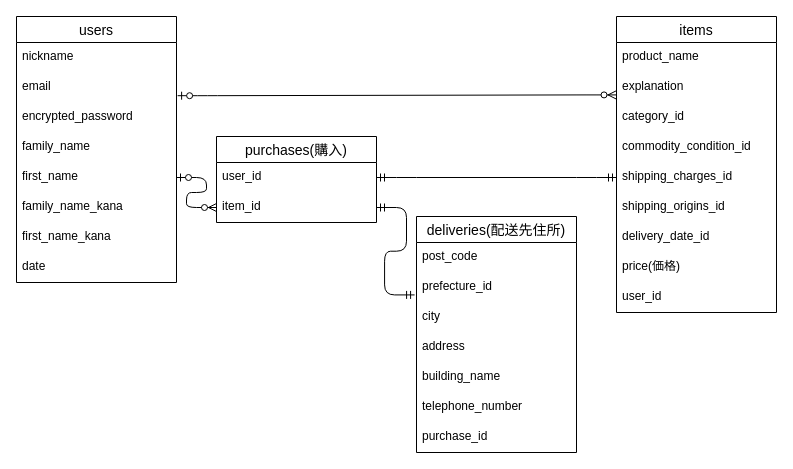
kawasaki-masayuki/furima-39162 keeps this draw.io diagram as ER.dio. Above is the earlier version. Source tidied: cells renumbered, new cells numbered last; positions are measured from the earlier drawing's top-left corner, leaving out a move shared by most shapes. Both pictures are drawn from the tidied source at 100%, with x=0, y=0 at pixel (16, 16).
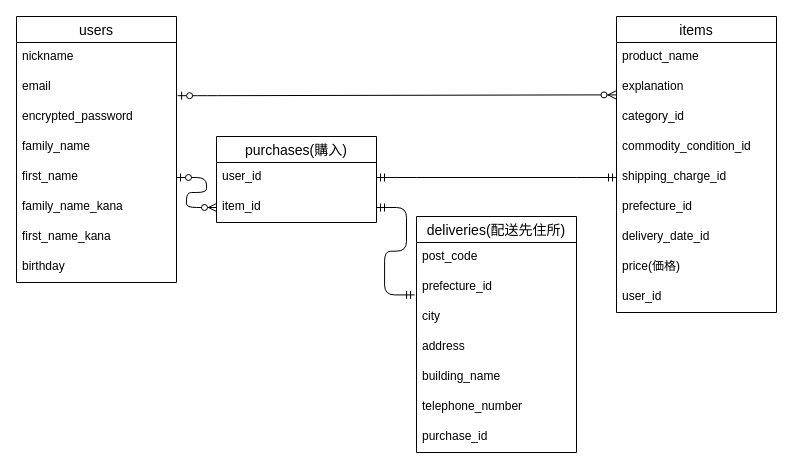
The same diagram, later.

Commit message (it also covers changes not shown here):
データベース設計の再々修正

Unchanged cells that the change refers to:
```xml
<mxCell id="2" value="users" style="swimlane;fontStyle=0;horizontal=1;startSize=26;align=center;fontSize=14;" parent="1" vertex="1">
  <mxGeometry width="160" height="266" as="geometry" />
</mxCell>
<mxCell id="11" value="items" style="swimlane;fontStyle=0;horizontal=1;startSize=26;align=center;fontSize=14;" parent="1" vertex="1">
  <mxGeometry x="600" width="160" height="296" as="geometry" />
</mxCell>
```

Diff of the diagram source:
```diff
@@
-    <mxCell id="10" value="date" style="text;strokeColor=none;fillColor=none;spacingLeft=4;spacingRight=4;overflow=hidden;fontSize=12;" parent="2" vertex="1">
+    <mxCell id="10" value="birthday" style="text;strokeColor=none;fillColor=none;spacingLeft=4;spacingRight=4;overflow=hidden;fontSize=12;" parent="2" vertex="1">
       <mxGeometry y="236" width="160" height="30" as="geometry" />
     </mxCell>
@@
-    <mxCell id="16" value="shipping_charges_id" style="text;strokeColor=none;fillColor=none;spacingLeft=4;spacingRight=4;overflow=hidden;points=[[0,0.5],[1,0.5]];portConstraint=eastwest;fontSize=12;" parent="11" vertex="1">
+    <mxCell id="16" value="shipping_charge_id" style="text;strokeColor=none;fillColor=none;spacingLeft=4;spacingRight=4;overflow=hidden;points=[[0,0.5],[1,0.5]];portConstraint=eastwest;fontSize=12;" parent="11" vertex="1">
       <mxGeometry y="146" width="160" height="30" as="geometry" />
     </mxCell>
-    <mxCell id="17" value="shipping_origins_id" style="text;strokeColor=none;fillColor=none;spacingLeft=4;spacingRight=4;overflow=hidden;fontSize=12;" parent="11" vertex="1">
+    <mxCell id="17" value="prefecture_id" style="text;strokeColor=none;fillColor=none;spacingLeft=4;spacingRight=4;overflow=hidden;fontSize=12;" parent="11" vertex="1">
       <mxGeometry y="176" width="160" height="30" as="geometry" />
     </mxCell>
```
